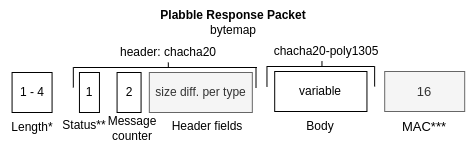
Above: img/transport-response-bytemap.drawio.png in plabble/plabble.github.io (draw.io), before the change. Source tidied: cells renumbered, new cells last; positions are measured from the earlier drawing's top-left corner, leaving out a move shared by most shapes.
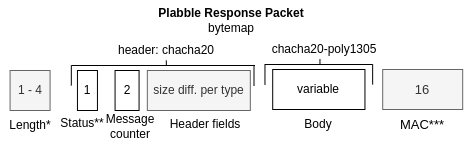
The same diagram one commit later.

What changed in the source:
```diff
@@ -11,7 +11,7 @@
     <mxCell id="4" value="Message counter" style="text;html=1;strokeColor=none;fillColor=none;align=center;verticalAlign=middle;whiteSpace=wrap;rounded=0;" parent="1" vertex="1">
       <mxGeometry x="99.6" y="111" width="60" height="30" as="geometry" />
     </mxCell>
-    <mxCell id="5" value="1 - 4" style="rounded=0;whiteSpace=wrap;html=1;" parent="1" vertex="1">
+    <mxCell id="5" value="1 - 4" style="rounded=0;whiteSpace=wrap;html=1;fillColor=#f5f5f5;fontColor=#333333;strokeColor=#666666;" parent="1" vertex="1">
       <mxGeometry x="9.6" y="70" width="40" height="40" as="geometry" />
     </mxCell>
     <mxCell id="6" value="Length*" style="text;html=1;strokeColor=none;fillColor=none;align=center;verticalAlign=middle;whiteSpace=wrap;rounded=0;" parent="1" vertex="1">
```
